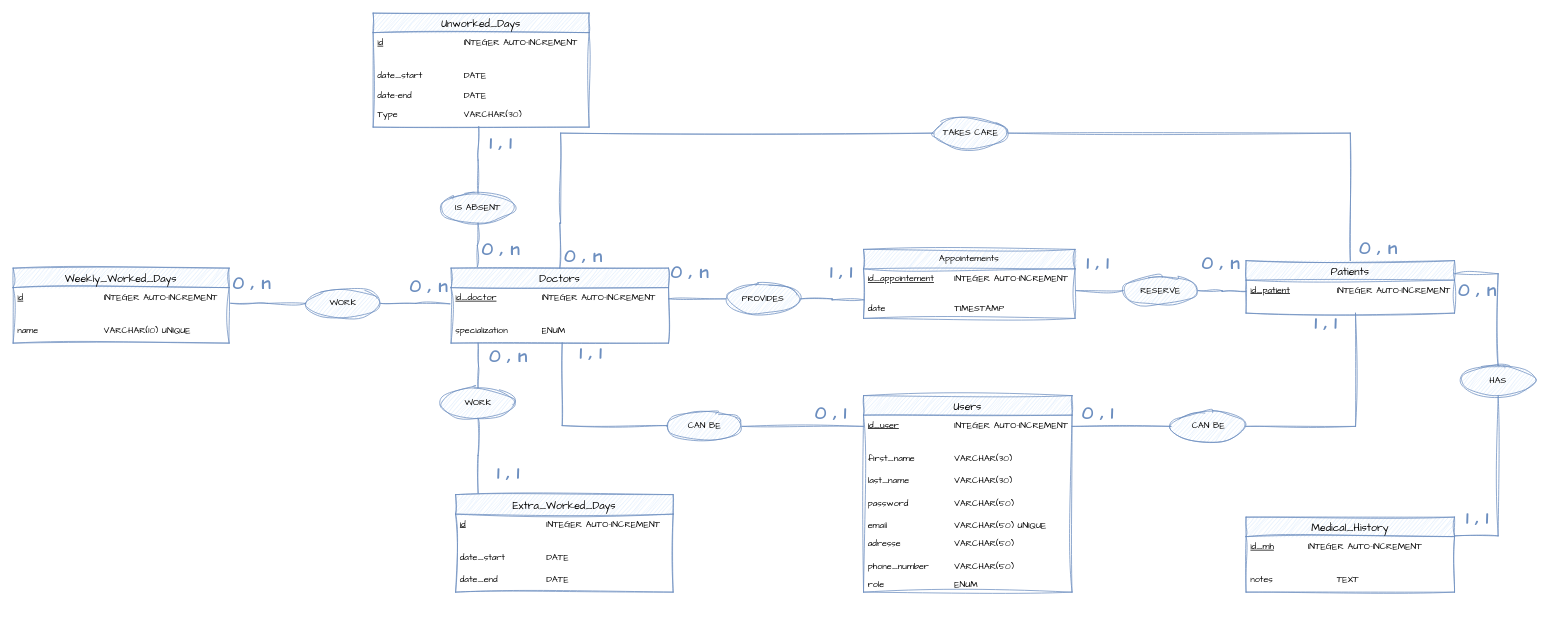
Before: Fic'Tif/Fic'Tif_Medical-Center_MCD.drawio in NicolasB590/Fic-tif_Medical-Center, a draw.io diagram. Source tidied: cells renumbered, new cells numbered last; positions are measured from the earlier drawing's top-left corner, leaving out a move shared by most shapes. Both pictures are drawn from the tidied source at 75%, with x=0, y=0 at pixel (13, 13).
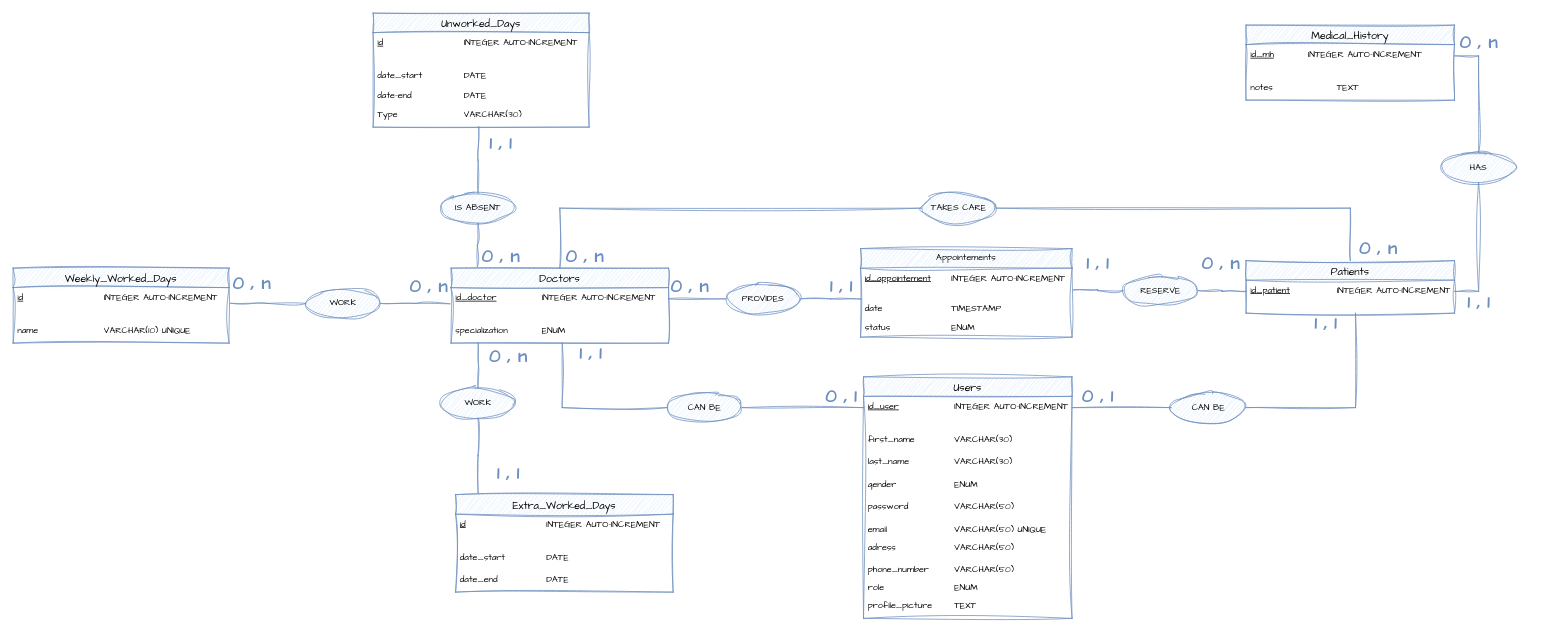
The same diagram, later.

Commit message (it also covers changes not shown here):
ajout d'une logique d'étape dans le formulaire d'inscription + amélioration du style des inputs + ajout input adresse et téléphone au formulaire d'inscription + modification mcd, ajout profile picture

The change refers to these unchanged cells:
```xml
<mxCell id="3" value="Patients" style="swimlane;fontStyle=0;horizontal=1;startSize=26;align=center;fontSize=14;sketch=1;hachureGap=4;jiggle=2;curveFitting=1;fontFamily=Architects Daughter;fillColor=#dae8fc;strokeColor=#6c8ebf;" parent="1" vertex="1">
  <mxGeometry x="1643.9" y="330" width="278" height="70" as="geometry" />
</mxCell>
<mxCell id="4" value="&lt;u&gt;id_patient&lt;span style=&quot;white-space: pre;&quot;&gt;&#9;&lt;span style=&quot;white-space: pre;&quot;&gt;&#9;&lt;/span&gt;&lt;/span&gt;&lt;/u&gt;INTEGER AUTO-INCREMENT" style="text;strokeColor=none;fillColor=none;spacingLeft=4;spacingRight=4;overflow=hidden;points=[[0,0.5],[1,0.5]];portConstraint=eastwest;fontSize=12;whiteSpace=wrap;html=1;fontFamily=Architects Daughter;" parent="3" vertex="1">
  <mxGeometry y="26" width="278" height="30" as="geometry" />
</mxCell>
<mxCell id="10" value="Doctors" style="swimlane;fontStyle=0;horizontal=1;startSize=26;align=center;fontSize=14;sketch=1;hachureGap=4;jiggle=2;curveFitting=1;fontFamily=Architects Daughter;fillColor=#dae8fc;strokeColor=#6c8ebf;" parent="1" vertex="1">
  <mxGeometry x="583.9" y="340" width="290" height="100" as="geometry" />
</mxCell>
<mxCell id="13" value="specialization&lt;span style=&quot;white-space: pre;&quot;&gt;&#9;&lt;span style=&quot;white-space: pre;&quot;&gt;&#9;&lt;/span&gt;&lt;/span&gt;ENUM" style="text;strokeColor=none;fillColor=none;spacingLeft=4;spacingRight=4;overflow=hidden;points=[[0,0.5],[1,0.5]];portConstraint=eastwest;fontSize=12;whiteSpace=wrap;html=1;fontFamily=Architects Daughter;" parent="10" vertex="1">
  <mxGeometry y="70" width="290" height="30" as="geometry" />
</mxCell>
<mxCell id="49" value="&lt;u&gt;id_mh&lt;span style=&quot;white-space: pre;&quot;&gt;&#9;&lt;span style=&quot;white-space: pre;&quot;&gt;&#9;&lt;/span&gt;&lt;/span&gt;&lt;/u&gt;INTEGER AUTO-INCREMENT" style="text;strokeColor=none;fillColor=none;spacingLeft=4;spacingRight=4;overflow=hidden;points=[[0,0.5],[1,0.5]];portConstraint=eastwest;fontSize=12;whiteSpace=wrap;html=1;fontFamily=Architects Daughter;" parent="48" vertex="1">
  <mxGeometry y="26" width="278" height="30" as="geometry" />
</mxCell>
```

Diff of the diagram source:
```diff
@@
-    <mxCell id="2" style="edgeStyle=orthogonalEdgeStyle;rounded=0;sketch=1;hachureGap=4;jiggle=2;curveFitting=1;jettySize=auto;html=1;exitX=1;exitY=0.25;exitDx=0;exitDy=0;entryX=0.5;entryY=0;entryDx=0;entryDy=0;fontFamily=Architects Daughter;fillColor=#dae8fc;strokeColor=#6c8ebf;endArrow=none;endFill=0;" parent="1" edge="1" source="3" target="63">
-      <mxGeometry relative="1" as="geometry" />
-    </mxCell>
@@
     <mxCell id="6" value="Appointements" style="swimlane;fontStyle=0;horizontal=1;startSize=26;fillColor=#dae8fc;whiteSpace=wrap;html=1;sketch=1;hachureGap=4;jiggle=2;curveFitting=1;fontFamily=Architects Daughter;strokeColor=#6c8ebf;" parent="1" vertex="1">
-      <mxGeometry x="1133.9" y="315" width="282" height="92" as="geometry" />
+      <mxGeometry x="1129.9" y="314" width="282" height="118" as="geometry" />
     </mxCell>
@@
+    <mxCell id="87" value="status&lt;span style=&quot;white-space: pre;&quot;&gt;&#9;&lt;/span&gt;&lt;span style=&quot;white-space: pre;&quot;&gt;&#9;&lt;/span&gt;&lt;span style=&quot;white-space: pre;&quot;&gt;&#9;&lt;/span&gt;ENUM" style="text;strokeColor=none;fillColor=none;align=left;verticalAlign=top;spacingLeft=4;spacingRight=4;overflow=hidden;whiteSpace=wrap;html=1;fontFamily=Architects Daughter;" parent="6" vertex="1">
+      <mxGeometry y="92" width="282" height="26" as="geometry" />
+    </mxCell>
+    <mxCell id="56" style="edgeStyle=orthogonalEdgeStyle;rounded=0;sketch=1;hachureGap=4;jiggle=2;curveFitting=1;jettySize=auto;html=1;exitX=0.5;exitY=0;exitDx=0;exitDy=0;entryX=0;entryY=0.5;entryDx=0;entryDy=0;fontFamily=Architects Daughter;fillColor=#dae8fc;strokeColor=#6c8ebf;endArrow=none;endFill=0;" parent="1" edge="1" source="10" target="31">
+      <mxGeometry relative="1" as="geometry" />
+    </mxCell>
@@
     <mxCell id="31" value="TAKES CARE" style="ellipse;whiteSpace=wrap;html=1;align=center;sketch=1;hachureGap=4;jiggle=2;curveFitting=1;fontFamily=Architects Daughter;fillColor=#dae8fc;strokeColor=#6c8ebf;" parent="1" vertex="1">
-      <mxGeometry x="1226.9" y="140" width="100" height="40" as="geometry" />
+      <mxGeometry x="1211" y="240" width="100" height="40" as="geometry" />
     </mxCell>
@@
     <mxCell id="38" value="Users" style="swimlane;fontStyle=0;horizontal=1;startSize=26;align=center;fontSize=14;sketch=1;hachureGap=4;jiggle=2;curveFitting=1;fontFamily=Architects Daughter;fillColor=#dae8fc;strokeColor=#6c8ebf;" parent="1" vertex="1">
-      <mxGeometry x="1133.9" y="510" width="278" height="262" as="geometry" />
+      <mxGeometry x="1133.9" y="485" width="278" height="322" as="geometry" />
     </mxCell>
@@
+    <mxCell id="88" value="gender&lt;span style=&quot;white-space: pre;&quot;&gt;&#9;&lt;span style=&quot;white-space: pre;&quot;&gt;&#9;&lt;/span&gt;E&lt;/span&gt;NUM" style="text;strokeColor=none;fillColor=none;spacingLeft=4;spacingRight=4;overflow=hidden;fontSize=12;whiteSpace=wrap;html=1;fontFamily=Architects Daughter;" parent="38" vertex="1">
+      <mxGeometry y="130" width="278" height="30" as="geometry" />
+    </mxCell>
     <mxCell id="43" value="password&lt;span style=&quot;white-space: pre;&quot;&gt;&#9;&lt;span style=&quot;white-space: pre;&quot;&gt;&#9;&lt;/span&gt;&lt;/span&gt;VARCHAR(50)" style="text;strokeColor=none;fillColor=none;spacingLeft=4;spacingRight=4;overflow=hidden;fontSize=12;whiteSpace=wrap;html=1;fontFamily=Architects Daughter;" parent="38" vertex="1">
-      <mxGeometry y="130" width="278" height="30" as="geometry" />
+      <mxGeometry y="160" width="278" height="30" as="geometry" />
     </mxCell>
     <mxCell id="44" value="email&lt;span style=&quot;white-space: pre;&quot;&gt;&#9;&lt;/span&gt;&lt;span style=&quot;white-space: pre;&quot;&gt;&#9;&lt;span style=&quot;white-space: pre;&quot;&gt;&#9;&lt;/span&gt;&lt;/span&gt;VARCHAR(50) UNIQUE" style="text;strokeColor=none;fillColor=none;spacingLeft=4;spacingRight=4;overflow=hidden;fontSize=12;whiteSpace=wrap;html=1;fontFamily=Architects Daughter;" parent="38" vertex="1">
-      <mxGeometry y="160" width="278" height="24" as="geometry" />
+      <mxGeometry y="190" width="278" height="24" as="geometry" />
     </mxCell>
-    <mxCell id="45" value="adresse&lt;span style=&quot;white-space: pre;&quot;&gt;&#9;&lt;/span&gt;&lt;span style=&quot;white-space: pre;&quot;&gt;&#9;&lt;/span&gt;VARCHAR(50)" style="text;strokeColor=none;fillColor=none;spacingLeft=4;spacingRight=4;overflow=hidden;fontSize=12;whiteSpace=wrap;html=1;fontFamily=Architects Daughter;" parent="38" vertex="1">
-      <mxGeometry y="184" width="278" height="30" as="geometry" />
+    <mxCell id="45" value="adress&lt;span style=&quot;white-space: pre;&quot;&gt;&#9;&lt;/span&gt;&lt;span style=&quot;white-space: pre;&quot;&gt;&#9;&lt;/span&gt;VARCHAR(50)" style="text;strokeColor=none;fillColor=none;spacingLeft=4;spacingRight=4;overflow=hidden;fontSize=12;whiteSpace=wrap;html=1;fontFamily=Architects Daughter;" parent="38" vertex="1">
+      <mxGeometry y="214" width="278" height="30" as="geometry" />
     </mxCell>
     <mxCell id="46" value="phone_number&lt;span style=&quot;white-space: pre;&quot;&gt;&#9;&lt;/span&gt;VARCHAR(50)" style="text;strokeColor=none;fillColor=none;spacingLeft=4;spacingRight=4;overflow=hidden;fontSize=12;whiteSpace=wrap;html=1;fontFamily=Architects Daughter;" parent="38" vertex="1">
-      <mxGeometry y="214" width="278" height="24" as="geometry" />
+      <mxGeometry y="244" width="278" height="24" as="geometry" />
     </mxCell>
     <mxCell id="47" value="role&lt;span style=&quot;white-space: pre;&quot;&gt;&#9;&lt;/span&gt;&lt;span style=&quot;white-space: pre;&quot;&gt;&#9;&lt;/span&gt;&lt;span style=&quot;white-space: pre;&quot;&gt;&#9;&lt;/span&gt;ENUM" style="text;strokeColor=none;fillColor=none;spacingLeft=4;spacingRight=4;overflow=hidden;fontSize=12;whiteSpace=wrap;html=1;fontFamily=Architects Daughter;" parent="38" vertex="1">
-      <mxGeometry y="238" width="278" height="24" as="geometry" />
+      <mxGeometry y="268" width="278" height="24" as="geometry" />
     </mxCell>
+    <mxCell id="89" value="profile_picture&lt;span style=&quot;white-space: pre;&quot;&gt;&#9;T&lt;/span&gt;EXT" style="text;strokeColor=none;fillColor=none;spacingLeft=4;spacingRight=4;overflow=hidden;fontSize=12;whiteSpace=wrap;html=1;fontFamily=Architects Daughter;" parent="38" vertex="1">
+      <mxGeometry y="292" width="278" height="30" as="geometry" />
+    </mxCell>
     <mxCell id="48" value="Medical_History" style="swimlane;fontStyle=0;horizontal=1;startSize=26;align=center;fontSize=14;sketch=1;hachureGap=4;jiggle=2;curveFitting=1;fontFamily=Architects Daughter;fillColor=#dae8fc;strokeColor=#6c8ebf;" parent="1" vertex="1">
-      <mxGeometry x="1643.9" y="672" width="278" height="100" as="geometry" />
+      <mxGeometry x="1643.9" y="16" width="278" height="100" as="geometry" />
     </mxCell>
@@
-    <mxCell id="56" style="edgeStyle=orthogonalEdgeStyle;rounded=0;sketch=1;hachureGap=4;jiggle=2;curveFitting=1;jettySize=auto;html=1;exitX=0.5;exitY=0;exitDx=0;exitDy=0;entryX=0;entryY=0.5;entryDx=0;entryDy=0;fontFamily=Architects Daughter;fillColor=#dae8fc;strokeColor=#6c8ebf;endArrow=none;endFill=0;" parent="1" edge="1" source="10" target="31">
-      <mxGeometry relative="1" as="geometry">
-        <Array as="points">
-          <mxPoint x="729" y="280" />
-          <mxPoint x="730" y="280" />
-          <mxPoint x="730" y="160" />
-        </Array>
-      </mxGeometry>
-    </mxCell>
     <mxCell id="57" style="edgeStyle=orthogonalEdgeStyle;rounded=0;sketch=1;hachureGap=4;jiggle=2;curveFitting=1;jettySize=auto;html=1;exitX=0;exitY=0.5;exitDx=0;exitDy=0;fontFamily=Architects Daughter;fillColor=#dae8fc;strokeColor=#6c8ebf;entryX=0.511;entryY=0.99;entryDx=0;entryDy=0;entryPerimeter=0;endArrow=none;endFill=0;" parent="1" edge="1" source="58" target="13">
       <mxGeometry relative="1" as="geometry">
         <Array as="points">
-          <mxPoint x="732" y="550" />
+          <mxPoint x="732" y="526" />
         </Array>
       </mxGeometry>
     </mxCell>
     <mxCell id="58" value="CAN BE" style="ellipse;whiteSpace=wrap;html=1;align=center;sketch=1;hachureGap=4;jiggle=2;curveFitting=1;fontFamily=Architects Daughter;fillColor=#dae8fc;strokeColor=#6c8ebf;" parent="1" vertex="1">
-      <mxGeometry x="871.9" y="531" width="100" height="40" as="geometry" />
+      <mxGeometry x="871.9" y="506" width="100" height="40" as="geometry" />
     </mxCell>
@@
     <mxCell id="60" value="CAN BE" style="ellipse;whiteSpace=wrap;html=1;align=center;sketch=1;hachureGap=4;jiggle=2;curveFitting=1;fontFamily=Architects Daughter;fillColor=#dae8fc;strokeColor=#6c8ebf;" parent="1" vertex="1">
-      <mxGeometry x="1543.9" y="531" width="100" height="40" as="geometry" />
+      <mxGeometry x="1543.9" y="506" width="100" height="40" as="geometry" />
     </mxCell>
@@
-    <mxCell id="62" style="edgeStyle=orthogonalEdgeStyle;rounded=0;sketch=1;hachureGap=4;jiggle=2;curveFitting=1;jettySize=auto;html=1;exitX=0.5;exitY=1;exitDx=0;exitDy=0;entryX=1;entryY=0.25;entryDx=0;entryDy=0;fontFamily=Architects Daughter;fillColor=#dae8fc;strokeColor=#6c8ebf;endArrow=none;endFill=0;" parent="1" edge="1" source="63" target="48">
-      <mxGeometry relative="1" as="geometry" />
-    </mxCell>
+    <mxCell id="90" style="edgeStyle=orthogonalEdgeStyle;rounded=0;sketch=1;hachureGap=4;jiggle=2;curveFitting=1;jettySize=auto;html=1;exitX=0.5;exitY=0;exitDx=0;exitDy=0;entryX=1;entryY=0.5;entryDx=0;entryDy=0;fontFamily=Architects Daughter;fillColor=#dae8fc;strokeColor=#6c8ebf;endArrow=none;endFill=0;" parent="1" edge="1" source="63" target="49">
+      <mxGeometry relative="1" as="geometry" />
+    </mxCell>
     <mxCell id="63" value="HAS" style="ellipse;whiteSpace=wrap;html=1;align=center;sketch=1;hachureGap=4;jiggle=2;curveFitting=1;fontFamily=Architects Daughter;fillColor=#dae8fc;strokeColor=#6c8ebf;" parent="1" vertex="1">
-      <mxGeometry x="1930" y="470" width="100" height="40" as="geometry" />
+      <mxGeometry x="1904" y="186" width="100" height="40" as="geometry" />
     </mxCell>
@@
     <mxCell id="66" value="&lt;h1&gt;0 , 1&lt;/h1&gt;" style="text;html=1;align=center;verticalAlign=middle;whiteSpace=wrap;rounded=0;fontFamily=Architects Daughter;fontColor=#6c8ebf;" parent="1" vertex="1">
-      <mxGeometry x="1060" y="520" width="60" height="30" as="geometry" />
+      <mxGeometry x="1073.9" y="497" width="60" height="30" as="geometry" />
     </mxCell>
     <mxCell id="67" value="&lt;h1&gt;0 , 1&lt;/h1&gt;" style="text;html=1;align=center;verticalAlign=middle;whiteSpace=wrap;rounded=0;fontFamily=Architects Daughter;fontColor=#6c8ebf;" parent="1" vertex="1">
-      <mxGeometry x="1415.9" y="520" width="60" height="30" as="geometry" />
+      <mxGeometry x="1415.9" y="497" width="60" height="30" as="geometry" />
     </mxCell>
@@
     <mxCell id="69" value="&lt;h1&gt;0 , n&lt;/h1&gt;" style="text;html=1;align=center;verticalAlign=middle;whiteSpace=wrap;rounded=0;fontFamily=Architects Daughter;fontColor=#6c8ebf;" parent="1" vertex="1">
-      <mxGeometry x="1921.9" y="355" width="60" height="30" as="geometry" />
+      <mxGeometry x="1924" y="25" width="60" height="30" as="geometry" />
     </mxCell>
     <mxCell id="70" value="&lt;h1&gt;1 , 1&lt;/h1&gt;" style="text;html=1;align=center;verticalAlign=middle;whiteSpace=wrap;rounded=0;fontFamily=Architects Daughter;fontColor=#6c8ebf;" parent="1" vertex="1">
-      <mxGeometry x="1921.9" y="660" width="60" height="30" as="geometry" />
+      <mxGeometry x="1924" y="372" width="60" height="30" as="geometry" />
     </mxCell>
@@
     <mxCell id="73" value="&lt;h1&gt;0 , n&lt;/h1&gt;" style="text;html=1;align=center;verticalAlign=middle;whiteSpace=wrap;rounded=0;fontFamily=Architects Daughter;fontColor=#6c8ebf;" parent="1" vertex="1">
-      <mxGeometry x="871.9" y="331" width="60" height="30" as="geometry" />
+      <mxGeometry x="871.9" y="350" width="60" height="30" as="geometry" />
     </mxCell>
     <mxCell id="74" value="&lt;h1&gt;1 , 1&lt;/h1&gt;" style="text;html=1;align=center;verticalAlign=middle;whiteSpace=wrap;rounded=0;fontFamily=Architects Daughter;fontColor=#6c8ebf;" parent="1" vertex="1">
-      <mxGeometry x="1073.9" y="331" width="60" height="30" as="geometry" />
+      <mxGeometry x="1073.9" y="350" width="60" height="30" as="geometry" />
     </mxCell>
@@
     <mxCell id="76" value="&lt;h1&gt;0 , n&lt;/h1&gt;" style="text;html=1;align=center;verticalAlign=middle;whiteSpace=wrap;rounded=0;fontFamily=Architects Daughter;fontColor=#6c8ebf;" parent="1" vertex="1">
-      <mxGeometry x="730" y="310" width="60" height="30" as="geometry" />
+      <mxGeometry x="732" y="310" width="60" height="30" as="geometry" />
     </mxCell>
@@
     <mxCell id="83" value="&lt;h1&gt;0 , n&lt;/h1&gt;" style="text;html=1;align=center;verticalAlign=middle;whiteSpace=wrap;rounded=0;fontFamily=Architects Daughter;fontColor=#6c8ebf;" parent="1" vertex="1">
-      <mxGeometry x="620" y="301" width="60" height="30" as="geometry" />
+      <mxGeometry x="620" y="310" width="60" height="30" as="geometry" />
     </mxCell>
@@
+    <mxCell id="91" style="edgeStyle=orthogonalEdgeStyle;rounded=0;sketch=1;hachureGap=4;jiggle=2;curveFitting=1;jettySize=auto;html=1;exitX=1;exitY=0.5;exitDx=0;exitDy=0;entryX=0.5;entryY=1;entryDx=0;entryDy=0;fontFamily=Architects Daughter;fillColor=#dae8fc;strokeColor=#6c8ebf;endArrow=none;endFill=0;" parent="1" edge="1" source="4" target="63">
+      <mxGeometry relative="1" as="geometry" />
+    </mxCell>
```
